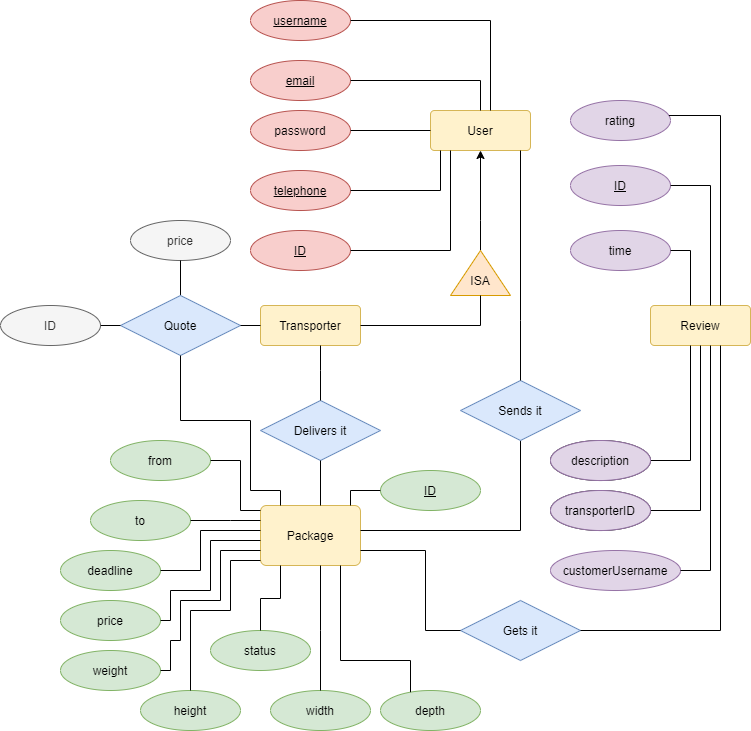
Movesy/movesy keeps this draw.io diagram as docs/datamodel.png. Above is the earlier version. Source tidied: cells renumbered, new cells last; positions are measured from the earlier drawing's top-left corner, leaving out a move shared by most shapes.
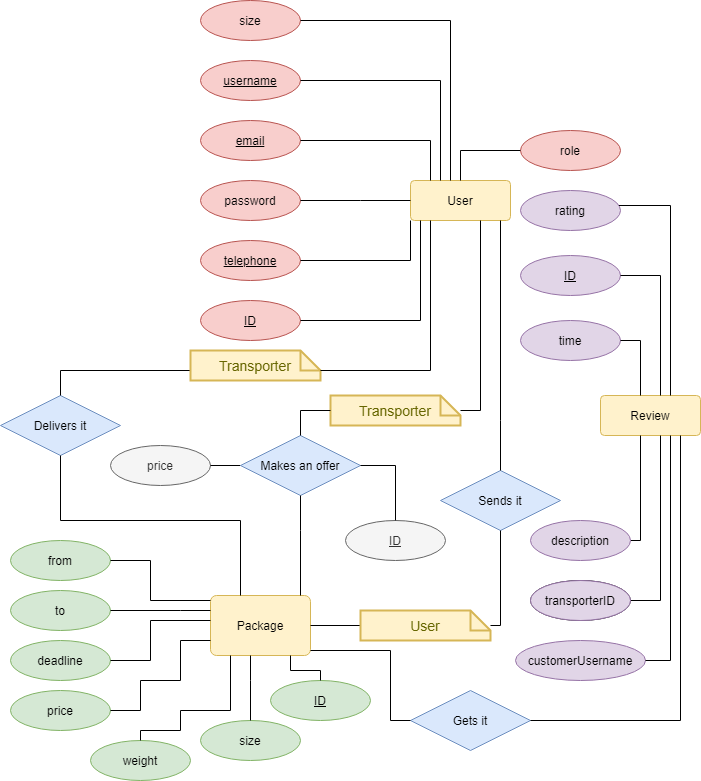
After the commit.

Change to the diagram source:
```diff
@@ -5,18 +5,18 @@
     <mxCell id="2" value="User" style="rounded=1;arcSize=10;whiteSpace=wrap;html=1;align=center;fillColor=#fff2cc;strokeColor=#d6b656;" parent="1" vertex="1">
-      <mxGeometry x="430" y="110" width="100" height="40" as="geometry" />
+      <mxGeometry x="460" y="140" width="100" height="40" as="geometry" />
     </mxCell>
     <mxCell id="3" value="&lt;u&gt;username&lt;/u&gt;" style="ellipse;whiteSpace=wrap;html=1;align=center;fillColor=#f8cecc;strokeColor=#b85450;" parent="1" vertex="1">
-      <mxGeometry x="250" width="100" height="40" as="geometry" />
+      <mxGeometry x="250" y="20" width="100" height="40" as="geometry" />
     </mxCell>
     <mxCell id="4" value="&lt;u&gt;ID&lt;/u&gt;" style="ellipse;whiteSpace=wrap;html=1;align=center;fillColor=#f8cecc;strokeColor=#b85450;" parent="1" vertex="1">
-      <mxGeometry x="250" y="230" width="100" height="40" as="geometry" />
+      <mxGeometry x="250" y="260" width="100" height="40" as="geometry" />
     </mxCell>
     <mxCell id="5" value="&lt;u&gt;telephone&lt;/u&gt;" style="ellipse;whiteSpace=wrap;html=1;align=center;fillColor=#f8cecc;strokeColor=#b85450;" parent="1" vertex="1">
-      <mxGeometry x="250" y="170" width="100" height="40" as="geometry" />
+      <mxGeometry x="250" y="200" width="100" height="40" as="geometry" />
     </mxCell>
     <mxCell id="6" value="password" style="ellipse;whiteSpace=wrap;html=1;align=center;fillColor=#f8cecc;strokeColor=#b85450;" parent="1" vertex="1">
-      <mxGeometry x="250" y="110" width="100" height="40" as="geometry" />
+      <mxGeometry x="250" y="140" width="100" height="40" as="geometry" />
     </mxCell>
     <mxCell id="7" value="&lt;u&gt;email&lt;/u&gt;" style="ellipse;whiteSpace=wrap;html=1;align=center;fillColor=#f8cecc;strokeColor=#b85450;" parent="1" vertex="1">
-      <mxGeometry x="250" y="60" width="100" height="40" as="geometry" />
+      <mxGeometry x="250" y="80" width="100" height="40" as="geometry" />
     </mxCell>
@@ -25,3 +25,3 @@
         <Array as="points">
-          <mxPoint x="490" y="20" />
+          <mxPoint x="490" y="40" />
         </Array>
@@ -32,3 +32,3 @@
         <Array as="points">
-          <mxPoint x="480" y="80" />
+          <mxPoint x="480" y="100" />
         </Array>
@@ -37,3 +37,8 @@
     <mxCell id="10" style="endArrow=none;html=1;rounded=0;edgeStyle=orthogonalEdgeStyle;" parent="1" edge="1" source="2" target="6">
-      <mxGeometry relative="1" as="geometry" />
+      <mxGeometry relative="1" as="geometry">
+        <Array as="points">
+          <mxPoint x="410" y="160" />
+          <mxPoint x="410" y="160" />
+        </Array>
+      </mxGeometry>
     </mxCell>
@@ -42,3 +47,3 @@
         <Array as="points">
-          <mxPoint x="440" y="190" />
+          <mxPoint x="460" y="220" />
         </Array>
@@ -49,3 +54,3 @@
         <Array as="points">
-          <mxPoint x="450" y="250" />
+          <mxPoint x="470" y="280" />
         </Array>
@@ -53,25 +58,10 @@
     </mxCell>
-    <mxCell id="13" style="edgeStyle=orthogonalEdgeStyle;rounded=0;jettySize=auto;html=1;startArrow=none;" parent="1" edge="1" source="61" target="2">
-      <mxGeometry relative="1" as="geometry">
-        <Array as="points">
-          <mxPoint x="480" y="220" />
-          <mxPoint x="480" y="220" />
-        </Array>
-      </mxGeometry>
-    </mxCell>
-    <mxCell id="14" value="Transporter" style="rounded=1;arcSize=10;whiteSpace=wrap;html=1;align=center;fillColor=#fff2cc;strokeColor=#d6b656;" parent="1" vertex="1">
-      <mxGeometry x="260" y="305" width="100" height="40" as="geometry" />
-    </mxCell>
     <mxCell id="15" value="Package" style="rounded=1;arcSize=10;whiteSpace=wrap;html=1;align=center;fillColor=#fff2cc;strokeColor=#d6b656;" parent="1" vertex="1">
-      <mxGeometry x="260" y="505" width="100" height="60" as="geometry" />
+      <mxGeometry x="260" y="555" width="100" height="60" as="geometry" />
     </mxCell>
-    <mxCell id="16" style="endArrow=none;html=1;rounded=0;edgeStyle=orthogonalEdgeStyle;startArrow=none;" parent="1" edge="1" source="17" target="15">
-      <mxGeometry relative="1" as="geometry">
-        <Array as="points">
-          <mxPoint x="520" y="530" />
-        </Array>
-      </mxGeometry>
+    <mxCell id="16" style="endArrow=none;html=1;rounded=0;edgeStyle=orthogonalEdgeStyle;startArrow=none;" parent="1" edge="1" source="77" target="15">
+      <mxGeometry relative="1" as="geometry" />
     </mxCell>
     <mxCell id="17" value="Sends it" style="shape=rhombus;perimeter=rhombusPerimeter;whiteSpace=wrap;html=1;align=center;fillColor=#dae8fc;strokeColor=#6c8ebf;" parent="1" vertex="1">
-      <mxGeometry x="460" y="380" width="120" height="60" as="geometry" />
+      <mxGeometry x="490" y="430" width="120" height="60" as="geometry" />
     </mxCell>
@@ -80,4 +70,4 @@
         <Array as="points">
-          <mxPoint x="520" y="320" />
-          <mxPoint x="520" y="320" />
+          <mxPoint x="550" y="380" />
+          <mxPoint x="550" y="380" />
         </Array>
@@ -86,9 +76,8 @@
     <mxCell id="19" value="Delivers it" style="shape=rhombus;perimeter=rhombusPerimeter;whiteSpace=wrap;html=1;align=center;fillColor=#dae8fc;strokeColor=#6c8ebf;" parent="1" vertex="1">
-      <mxGeometry x="260" y="400" width="120" height="60" as="geometry" />
+      <mxGeometry x="50" y="355" width="120" height="60" as="geometry" />
     </mxCell>
-    <mxCell id="20" style="endArrow=none;html=1;rounded=0;edgeStyle=orthogonalEdgeStyle;" parent="1" edge="1" source="14" target="19">
+    <mxCell id="20" style="endArrow=none;html=1;rounded=0;edgeStyle=orthogonalEdgeStyle;startArrow=none;" parent="1" edge="1" source="75" target="19">
       <mxGeometry relative="1" as="geometry">
         <Array as="points">
-          <mxPoint x="320" y="370" />
-          <mxPoint x="320" y="370" />
+          <mxPoint x="110" y="330" />
         </Array>
@@ -99,3 +88,4 @@
         <Array as="points">
-          <mxPoint x="310" y="445" />
+          <mxPoint x="110" y="480" />
+          <mxPoint x="290" y="480" />
         </Array>
@@ -104,12 +94,12 @@
     <mxCell id="22" value="Review" style="rounded=1;arcSize=10;whiteSpace=wrap;html=1;align=center;fillColor=#fff2cc;strokeColor=#d6b656;" parent="1" vertex="1">
-      <mxGeometry x="650" y="305" width="100" height="40" as="geometry" />
+      <mxGeometry x="650" y="355" width="100" height="40" as="geometry" />
     </mxCell>
     <mxCell id="23" value="&lt;u&gt;ID&lt;/u&gt;" style="ellipse;whiteSpace=wrap;html=1;align=center;fillColor=#e1d5e7;strokeColor=#9673a6;" parent="1" vertex="1">
-      <mxGeometry x="570" y="165" width="100" height="40" as="geometry" />
+      <mxGeometry x="570" y="215" width="100" height="40" as="geometry" />
     </mxCell>
     <mxCell id="24" value="transporterID" style="ellipse;whiteSpace=wrap;html=1;align=center;" parent="1" vertex="1">
-      <mxGeometry x="550" y="490" width="100" height="40" as="geometry" />
+      <mxGeometry x="580" y="540" width="100" height="40" as="geometry" />
     </mxCell>
     <mxCell id="25" value="customerUsername" style="ellipse;whiteSpace=wrap;html=1;align=center;fillColor=#e1d5e7;strokeColor=#9673a6;" parent="1" vertex="1">
-      <mxGeometry x="550" y="550" width="130" height="40" as="geometry" />
+      <mxGeometry x="565" y="600" width="130" height="40" as="geometry" />
     </mxCell>
@@ -118,3 +108,3 @@
         <Array as="points">
-          <mxPoint x="710" y="185" />
+          <mxPoint x="710" y="235" />
         </Array>
@@ -125,3 +115,3 @@
         <Array as="points">
-          <mxPoint x="710" y="570" />
+          <mxPoint x="720" y="620" />
         </Array>
@@ -132,3 +122,3 @@
         <Array as="points">
-          <mxPoint x="700" y="510" />
+          <mxPoint x="710" y="560" />
         </Array>
@@ -137,3 +127,3 @@
     <mxCell id="29" value="rating" style="ellipse;whiteSpace=wrap;html=1;align=center;fillColor=#e1d5e7;strokeColor=#9673a6;" parent="1" vertex="1">
-      <mxGeometry x="570" y="100" width="100" height="40" as="geometry" />
+      <mxGeometry x="570" y="150" width="100" height="40" as="geometry" />
     </mxCell>
@@ -142,3 +132,3 @@
         <Array as="points">
-          <mxPoint x="720" y="115" />
+          <mxPoint x="720" y="165" />
         </Array>
@@ -146,9 +136,6 @@
     </mxCell>
-    <mxCell id="31" value="description" style="ellipse;whiteSpace=wrap;html=1;align=center;" parent="1" vertex="1">
-      <mxGeometry x="550" y="440" width="100" height="40" as="geometry" />
-    </mxCell>
-    <mxCell id="32" style="endArrow=none;html=1;rounded=0;edgeStyle=orthogonalEdgeStyle;" parent="1" edge="1" source="22" target="31">
+    <mxCell id="32" style="endArrow=none;html=1;rounded=0;edgeStyle=orthogonalEdgeStyle;" parent="1" edge="1" source="22" target="63">
       <mxGeometry relative="1" as="geometry">
         <Array as="points">
-          <mxPoint x="690" y="460" />
+          <mxPoint x="690" y="500" />
         </Array>
@@ -157,3 +144,3 @@
     <mxCell id="33" value="time" style="ellipse;whiteSpace=wrap;html=1;align=center;fillColor=#e1d5e7;strokeColor=#9673a6;" parent="1" vertex="1">
-      <mxGeometry x="570" y="230" width="100" height="40" as="geometry" />
+      <mxGeometry x="570" y="280" width="100" height="40" as="geometry" />
     </mxCell>
@@ -162,3 +149,3 @@
         <Array as="points">
-          <mxPoint x="690" y="250" />
+          <mxPoint x="690" y="300" />
         </Array>
@@ -167,12 +154,12 @@
     <mxCell id="35" value="from" style="ellipse;whiteSpace=wrap;html=1;align=center;fillColor=#d5e8d4;strokeColor=#82b366;" parent="1" vertex="1">
-      <mxGeometry x="110" y="440" width="100" height="40" as="geometry" />
+      <mxGeometry x="60" y="500" width="100" height="40" as="geometry" />
     </mxCell>
     <mxCell id="36" value="deadline" style="ellipse;whiteSpace=wrap;html=1;align=center;fillColor=#d5e8d4;strokeColor=#82b366;" parent="1" vertex="1">
-      <mxGeometry x="60" y="550" width="100" height="40" as="geometry" />
+      <mxGeometry x="60" y="600" width="100" height="40" as="geometry" />
     </mxCell>
     <mxCell id="37" value="price" style="ellipse;whiteSpace=wrap;html=1;align=center;fillColor=#d5e8d4;strokeColor=#82b366;" parent="1" vertex="1">
-      <mxGeometry x="60" y="600" width="100" height="40" as="geometry" />
+      <mxGeometry x="60" y="650" width="100" height="40" as="geometry" />
     </mxCell>
     <mxCell id="38" value="to" style="ellipse;whiteSpace=wrap;html=1;align=center;fillColor=#d5e8d4;strokeColor=#82b366;" parent="1" vertex="1">
-      <mxGeometry x="90" y="500" width="100" height="40" as="geometry" />
+      <mxGeometry x="60" y="550" width="100" height="40" as="geometry" />
     </mxCell>
@@ -181,4 +168,4 @@
         <Array as="points">
-          <mxPoint x="240" y="510" />
-          <mxPoint x="240" y="460" />
+          <mxPoint x="200" y="560" />
+          <mxPoint x="200" y="520" />
         </Array>
@@ -189,4 +176,4 @@
         <Array as="points">
-          <mxPoint x="230" y="520" />
-          <mxPoint x="230" y="520" />
+          <mxPoint x="230" y="570" />
+          <mxPoint x="230" y="570" />
         </Array>
@@ -197,4 +184,4 @@
         <Array as="points">
-          <mxPoint x="200" y="530" />
-          <mxPoint x="200" y="570" />
+          <mxPoint x="200" y="580" />
+          <mxPoint x="200" y="620" />
         </Array>
@@ -203,13 +190,7 @@
     <mxCell id="42" value="weight" style="ellipse;whiteSpace=wrap;html=1;align=center;fillColor=#d5e8d4;strokeColor=#82b366;" parent="1" vertex="1">
-      <mxGeometry x="60" y="650" width="100" height="40" as="geometry" />
+      <mxGeometry x="140" y="700" width="100" height="40" as="geometry" />
     </mxCell>
-    <mxCell id="43" value="height" style="ellipse;whiteSpace=wrap;html=1;align=center;fillColor=#d5e8d4;strokeColor=#82b366;" parent="1" vertex="1">
-      <mxGeometry x="140" y="690" width="100" height="40" as="geometry" />
+    <mxCell id="43" value="size" style="ellipse;whiteSpace=wrap;html=1;align=center;fillColor=#d5e8d4;strokeColor=#82b366;" parent="1" vertex="1">
+      <mxGeometry x="250" y="680" width="100" height="40" as="geometry" />
     </mxCell>
-    <mxCell id="44" value="width" style="ellipse;whiteSpace=wrap;html=1;align=center;fillColor=#d5e8d4;strokeColor=#82b366;" parent="1" vertex="1">
-      <mxGeometry x="270" y="690" width="100" height="40" as="geometry" />
-    </mxCell>
-    <mxCell id="45" value="depth" style="ellipse;whiteSpace=wrap;html=1;align=center;fillColor=#d5e8d4;strokeColor=#82b366;" parent="1" vertex="1">
-      <mxGeometry x="380" y="690" width="100" height="40" as="geometry" />
-    </mxCell>
     <mxCell id="46" style="endArrow=none;html=1;rounded=0;edgeStyle=orthogonalEdgeStyle;" parent="1" edge="1" source="15" target="37">
@@ -217,6 +198,6 @@
         <Array as="points">
-          <mxPoint x="210" y="540" />
-          <mxPoint x="210" y="590" />
-          <mxPoint x="170" y="590" />
-          <mxPoint x="170" y="620" />
+          <mxPoint x="230" y="600" />
+          <mxPoint x="230" y="640" />
+          <mxPoint x="190" y="640" />
+          <mxPoint x="190" y="670" />
         </Array>
@@ -227,8 +208,6 @@
         <Array as="points">
-          <mxPoint x="170" y="670" />
-          <mxPoint x="170" y="640" />
-          <mxPoint x="180" y="640" />
-          <mxPoint x="180" y="600" />
-          <mxPoint x="220" y="600" />
-          <mxPoint x="220" y="550" />
+          <mxPoint x="190" y="690" />
+          <mxPoint x="230" y="690" />
+          <mxPoint x="230" y="670" />
+          <mxPoint x="280" y="670" />
         </Array>
@@ -239,5 +218,4 @@
         <Array as="points">
-          <mxPoint x="190" y="610" />
-          <mxPoint x="230" y="610" />
-          <mxPoint x="230" y="560" />
+          <mxPoint x="300" y="640" />
+          <mxPoint x="300" y="640" />
         </Array>
@@ -245,20 +223,4 @@
     </mxCell>
-    <mxCell id="49" style="endArrow=none;html=1;rounded=0;edgeStyle=orthogonalEdgeStyle;" parent="1" edge="1" source="15" target="44">
-      <mxGeometry relative="1" as="geometry">
-        <Array as="points">
-          <mxPoint x="320" y="630" />
-          <mxPoint x="320" y="630" />
-        </Array>
-      </mxGeometry>
-    </mxCell>
-    <mxCell id="50" style="endArrow=none;html=1;rounded=0;edgeStyle=orthogonalEdgeStyle;" parent="1" edge="1" source="15" target="45">
-      <mxGeometry relative="1" as="geometry">
-        <Array as="points">
-          <mxPoint x="340" y="660" />
-          <mxPoint x="410" y="660" />
-        </Array>
-      </mxGeometry>
-    </mxCell>
     <mxCell id="51" value="Gets it" style="shape=rhombus;perimeter=rhombusPerimeter;whiteSpace=wrap;html=1;align=center;fillColor=#dae8fc;strokeColor=#6c8ebf;" parent="1" vertex="1">
-      <mxGeometry x="460" y="600" width="120" height="60" as="geometry" />
+      <mxGeometry x="460" y="650" width="120" height="60" as="geometry" />
     </mxCell>
@@ -267,4 +229,4 @@
         <Array as="points">
-          <mxPoint x="425" y="550" />
-          <mxPoint x="425" y="630" />
+          <mxPoint x="440" y="610" />
+          <mxPoint x="440" y="680" />
         </Array>
@@ -275,3 +237,3 @@
         <Array as="points">
-          <mxPoint x="720" y="630" />
+          <mxPoint x="730" y="680" />
         </Array>
@@ -280,3 +242,3 @@
     <mxCell id="54" value="&lt;u&gt;ID&lt;/u&gt;" style="ellipse;whiteSpace=wrap;html=1;align=center;fillColor=#d5e8d4;strokeColor=#82b366;" parent="1" vertex="1">
-      <mxGeometry x="380" y="470" width="100" height="40" as="geometry" />
+      <mxGeometry x="320" y="640" width="100" height="40" as="geometry" />
     </mxCell>
@@ -285,3 +247,4 @@
         <Array as="points">
-          <mxPoint x="350" y="490" />
+          <mxPoint x="340" y="630" />
+          <mxPoint x="370" y="630" />
         </Array>
@@ -290,12 +253,20 @@
     <mxCell id="56" value="price" style="ellipse;whiteSpace=wrap;html=1;align=center;fillColor=#f5f5f5;strokeColor=#666666;fontColor=#333333;" parent="1" vertex="1">
-      <mxGeometry x="130" y="220" width="100" height="40" as="geometry" />
+      <mxGeometry x="160" y="405" width="100" height="40" as="geometry" />
     </mxCell>
     <mxCell id="57" style="endArrow=none;html=1;rounded=0;edgeStyle=orthogonalEdgeStyle;" parent="1" edge="1" source="56" target="58">
-      <mxGeometry relative="1" as="geometry" />
+      <mxGeometry relative="1" as="geometry">
+        <Array as="points">
+          <mxPoint x="300" y="425" />
+        </Array>
+      </mxGeometry>
     </mxCell>
-    <mxCell id="58" value="Quote" style="shape=rhombus;perimeter=rhombusPerimeter;whiteSpace=wrap;html=1;align=center;fillColor=#dae8fc;strokeColor=#6c8ebf;" parent="1" vertex="1">
-      <mxGeometry x="120" y="295" width="120" height="60" as="geometry" />
+    <mxCell id="58" value="Makes an offer" style="shape=rhombus;perimeter=rhombusPerimeter;whiteSpace=wrap;html=1;align=center;fillColor=#dae8fc;strokeColor=#6c8ebf;" parent="1" vertex="1">
+      <mxGeometry x="290" y="395" width="120" height="60" as="geometry" />
     </mxCell>
-    <mxCell id="59" style="endArrow=none;html=1;rounded=0;edgeStyle=orthogonalEdgeStyle;" parent="1" edge="1" source="58" target="14">
-      <mxGeometry relative="1" as="geometry" />
+    <mxCell id="59" style="endArrow=none;html=1;rounded=0;edgeStyle=orthogonalEdgeStyle;startArrow=none;" parent="1" edge="1" source="73" target="2">
+      <mxGeometry relative="1" as="geometry">
+        <Array as="points">
+          <mxPoint x="530" y="370" />
+        </Array>
+      </mxGeometry>
     </mxCell>
@@ -304,6 +275,4 @@
         <Array as="points">
-          <mxPoint x="180" y="420" />
-          <mxPoint x="250" y="420" />
-          <mxPoint x="250" y="490" />
-          <mxPoint x="280" y="490" />
+          <mxPoint x="350" y="490" />
+          <mxPoint x="350" y="490" />
         </Array>
@@ -311,31 +280,68 @@
     </mxCell>
-    <mxCell id="61" value="&lt;br&gt;ISA" style="triangle;whiteSpace=wrap;html=1;direction=north;fillColor=#ffe6cc;strokeColor=#d79b00;" parent="1" vertex="1">
-      <mxGeometry x="450" y="250" width="60" height="45" as="geometry" />
-    </mxCell>
-    <mxCell id="62" style="edgeStyle=orthogonalEdgeStyle;rounded=0;jettySize=auto;html=1;endArrow=none;entryX=0;entryY=0.5;entryDx=0;entryDy=0;" parent="1" edge="1" source="14" target="61">
-      <mxGeometry relative="1" as="geometry" />
-    </mxCell>
     <mxCell id="63" value="description" style="ellipse;whiteSpace=wrap;html=1;align=center;fillColor=#e1d5e7;strokeColor=#9673a6;" parent="1" vertex="1">
-      <mxGeometry x="550" y="440" width="100" height="40" as="geometry" />
+      <mxGeometry x="580" y="480" width="100" height="40" as="geometry" />
     </mxCell>
     <mxCell id="64" value="transporterID" style="ellipse;whiteSpace=wrap;html=1;align=center;fillColor=#e1d5e7;strokeColor=#9673a6;" parent="1" vertex="1">
-      <mxGeometry x="550" y="490" width="100" height="40" as="geometry" />
+      <mxGeometry x="580" y="540" width="100" height="40" as="geometry" />
     </mxCell>
-    <mxCell id="65" value="status" style="ellipse;whiteSpace=wrap;html=1;align=center;fillColor=#d5e8d4;strokeColor=#82b366;" parent="1" vertex="1">
-      <mxGeometry x="210" y="630" width="100" height="40" as="geometry" />
-    </mxCell>
-    <mxCell id="66" style="endArrow=none;html=1;rounded=0;edgeStyle=orthogonalEdgeStyle;" parent="1" edge="1" source="15" target="65">
-      <mxGeometry relative="1" as="geometry">
-        <Array as="points">
-          <mxPoint x="280" y="598" />
-          <mxPoint x="260" y="598" />
-        </Array>
-      </mxGeometry>
-    </mxCell>
+    <mxCell id="69" value="size" style="ellipse;whiteSpace=wrap;html=1;align=center;fillColor=#f8cecc;strokeColor=#b85450;" parent="1" vertex="1">
+      <mxGeometry x="250" y="-40" width="100" height="40" as="geometry" />
+    </mxCell>
+    <mxCell id="70" style="endArrow=none;html=1;rounded=0;edgeStyle=orthogonalEdgeStyle;" parent="1" edge="1" source="2" target="69">
+      <mxGeometry relative="1" as="geometry">
+        <Array as="points">
+          <mxPoint x="500" y="-20" />
+        </Array>
+      </mxGeometry>
+    </mxCell>
+    <mxCell id="71" value="role" style="ellipse;whiteSpace=wrap;html=1;align=center;fillColor=#f8cecc;strokeColor=#b85450;" parent="1" vertex="1">
+      <mxGeometry x="570" y="90" width="100" height="40" as="geometry" />
+    </mxCell>
+    <mxCell id="72" style="endArrow=none;html=1;rounded=0;edgeStyle=orthogonalEdgeStyle;" parent="1" edge="1" source="2" target="71">
+      <mxGeometry relative="1" as="geometry">
+        <Array as="points">
+          <mxPoint x="510" y="110" />
+        </Array>
+      </mxGeometry>
+    </mxCell>
+    <mxCell id="73" value="Transporter" style="shape=note;strokeWidth=2;fontSize=14;size=20;whiteSpace=wrap;html=1;fillColor=#fff2cc;strokeColor=#d6b656;fontColor=#666600;" parent="1" vertex="1">
+      <mxGeometry x="380" y="355" width="130" height="30" as="geometry" />
+    </mxCell>
+    <mxCell id="74" style="endArrow=none;html=1;rounded=0;edgeStyle=orthogonalEdgeStyle;" parent="1" edge="1" source="58" target="73">
+      <mxGeometry relative="1" as="geometry">
+        <Array as="points">
+          <mxPoint x="350" y="370" />
+        </Array>
+      </mxGeometry>
+    </mxCell>
+    <mxCell id="75" value="Transporter" style="shape=note;strokeWidth=2;fontSize=14;size=20;whiteSpace=wrap;html=1;fillColor=#fff2cc;strokeColor=#d6b656;fontColor=#666600;" parent="1" vertex="1">
+      <mxGeometry x="240" y="310" width="130" height="30" as="geometry" />
+    </mxCell>
+    <mxCell id="76" style="endArrow=none;html=1;rounded=0;edgeStyle=orthogonalEdgeStyle;" parent="1" edge="1" source="2" target="75">
+      <mxGeometry relative="1" as="geometry">
+        <Array as="points">
+          <mxPoint x="480" y="330" />
+        </Array>
+      </mxGeometry>
+    </mxCell>
+    <mxCell id="77" value="User" style="shape=note;strokeWidth=2;fontSize=14;size=20;whiteSpace=wrap;html=1;fillColor=#fff2cc;strokeColor=#d6b656;fontColor=#666600;" parent="1" vertex="1">
+      <mxGeometry x="410" y="570" width="130" height="30" as="geometry" />
+    </mxCell>
+    <mxCell id="78" style="endArrow=none;html=1;rounded=0;edgeStyle=orthogonalEdgeStyle;startArrow=none;" parent="1" edge="1" source="17" target="77">
+      <mxGeometry relative="1" as="geometry">
+        <Array as="points">
+          <mxPoint x="550" y="585" />
+        </Array>
+      </mxGeometry>
+    </mxCell>
-    <mxCell id="67" value="ID" style="ellipse;whiteSpace=wrap;html=1;align=center;fillColor=#f5f5f5;strokeColor=#666666;fontColor=#333333;" parent="1" vertex="1">
-      <mxGeometry y="305" width="100" height="40" as="geometry" />
+    <mxCell id="67" value="&lt;u&gt;ID&lt;/u&gt;" style="ellipse;whiteSpace=wrap;html=1;align=center;fillColor=#f5f5f5;strokeColor=#666666;fontColor=#333333;" parent="1" vertex="1">
+      <mxGeometry x="395" y="480" width="100" height="40" as="geometry" />
     </mxCell>
-    <mxCell id="68" style="endArrow=none;html=1;rounded=0;edgeStyle=orthogonalEdgeStyle;" parent="1" edge="1" source="67" target="58">
-      <mxGeometry relative="1" as="geometry" />
-    </mxCell>
+    <mxCell id="79" style="endArrow=none;html=1;rounded=0;edgeStyle=orthogonalEdgeStyle;" parent="1" edge="1" source="58" target="67">
+      <mxGeometry relative="1" as="geometry">
+        <Array as="points">
+          <mxPoint x="445" y="425" />
+        </Array>
+      </mxGeometry>
+    </mxCell>
   </root>
```
